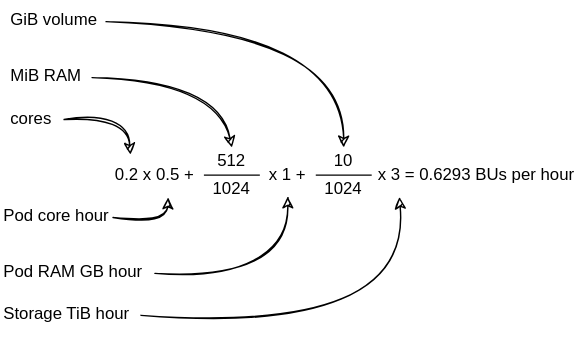
CSCfi/csc-user-guide keeps this draw.io diagram as docs/cloud/rahti4/img/BU-calculation.drawio.svg. Above is the earlier version. Source tidied: cells renumbered, new cells last; positions are measured from the earlier drawing's top-left corner, leaving out a move shared by most shapes. Source of this version:
```xml
<mxGraphModel>
  <root>
    <mxCell id="0" />
    <mxCell id="1" parent="0" />
    <mxCell id="2" value="&amp;nbsp;x 1 +" style="text;html=1;strokeColor=none;fillColor=none;align=center;verticalAlign=middle;whiteSpace=wrap;rounded=0;" parent="1" vertex="1">
      <mxGeometry x="185" y="110" width="40" height="30" as="geometry" />
    </mxCell>
    <mxCell id="3" value="cores" style="text;html=1;strokeColor=none;fillColor=none;align=left;verticalAlign=middle;whiteSpace=wrap;rounded=0;" parent="1" vertex="1">
      <mxGeometry x="5" y="70" width="40" height="30" as="geometry" />
    </mxCell>
    <mxCell id="4" style="curved=1;endArrow=classic;html=1;exitX=1;exitY=0.5;exitDx=0;exitDy=0;sketch=1;entryX=0.25;entryY=0;entryDx=0;entryDy=0;" parent="1" edge="1" source="3" target="7">
      <mxGeometry relative="1" as="geometry">
        <Array as="points">
          <mxPoint x="90" y="80" />
        </Array>
      </mxGeometry>
    </mxCell>
    <mxCell id="5" value="&lt;meta charset=&quot;utf-8&quot;&gt;Pod core hour" style="text;whiteSpace=wrap;html=1;" parent="1" vertex="1">
      <mxGeometry y="140" width="80" height="30" as="geometry" />
    </mxCell>
    <mxCell id="6" style="curved=1;endArrow=classic;html=1;sketch=1;exitX=1;exitY=0.5;exitDx=0;exitDy=0;entryX=0.635;entryY=1.024;entryDx=0;entryDy=0;entryPerimeter=0;" parent="1" edge="1" source="5" target="7">
      <mxGeometry relative="1" as="geometry">
        <Array as="points">
          <mxPoint x="119" y="160" />
        </Array>
      </mxGeometry>
    </mxCell>
    <mxCell id="7" value="0.2 x 0.5 +" style="text;html=1;strokeColor=none;fillColor=none;align=center;verticalAlign=middle;whiteSpace=wrap;rounded=0;" parent="1" vertex="1">
      <mxGeometry x="75" y="110" width="70" height="30" as="geometry" />
    </mxCell>
    <mxCell id="8" value="&lt;meta charset=&quot;utf-8&quot;&gt;Pod RAM GB hour" style="text;whiteSpace=wrap;html=1;" parent="1" vertex="1">
      <mxGeometry y="180" width="110" height="30" as="geometry" />
    </mxCell>
    <mxCell id="9" value="&lt;meta charset=&quot;utf-8&quot;&gt;Storage TiB hour" style="text;whiteSpace=wrap;html=1;" parent="1" vertex="1">
      <mxGeometry y="210" width="100" height="30" as="geometry" />
    </mxCell>
    <mxCell id="10" value="&lt;meta charset=&quot;utf-8&quot;&gt;MiB RAM" style="text;whiteSpace=wrap;html=1;" parent="1" vertex="1">
      <mxGeometry x="5" y="40" width="60" height="30" as="geometry" />
    </mxCell>
    <mxCell id="11" style="endArrow=none;html=1;sketch=0;" parent="1" edge="1">
      <mxGeometry relative="1" as="geometry">
        <mxPoint x="185" y="124.7" as="sourcePoint" />
        <mxPoint x="145" y="124.7" as="targetPoint" />
      </mxGeometry>
    </mxCell>
    <mxCell id="12" value="x 3 = 0.6293 BUs per hour" style="text;html=1;strokeColor=none;fillColor=none;align=center;verticalAlign=middle;whiteSpace=wrap;rounded=0;" parent="1" vertex="1">
      <mxGeometry x="265" y="110" width="150" height="30" as="geometry" />
    </mxCell>
    <mxCell id="13" value="10" style="text;html=1;strokeColor=none;fillColor=none;align=center;verticalAlign=middle;whiteSpace=wrap;rounded=0;" parent="1" vertex="1">
      <mxGeometry x="215" y="105" width="60" height="20" as="geometry" />
    </mxCell>
    <mxCell id="14" value="1024" style="text;html=1;strokeColor=none;fillColor=none;align=center;verticalAlign=middle;whiteSpace=wrap;rounded=0;" parent="1" vertex="1">
      <mxGeometry x="215" y="125" width="60" height="20" as="geometry" />
    </mxCell>
    <mxCell id="15" style="endArrow=none;html=1;sketch=0;" parent="1" edge="1">
      <mxGeometry relative="1" as="geometry">
        <mxPoint x="265" y="124.7" as="sourcePoint" />
        <mxPoint x="225" y="124.7" as="targetPoint" />
      </mxGeometry>
    </mxCell>
    <mxCell id="16" value="1024" style="text;html=1;strokeColor=none;fillColor=none;align=center;verticalAlign=middle;whiteSpace=wrap;rounded=0;" parent="1" vertex="1">
      <mxGeometry x="135" y="125" width="60" height="20" as="geometry" />
    </mxCell>
    <mxCell id="17" value="512" style="text;html=1;strokeColor=none;fillColor=none;align=center;verticalAlign=middle;whiteSpace=wrap;rounded=0;" parent="1" vertex="1">
      <mxGeometry x="135" y="105" width="60" height="20" as="geometry" />
    </mxCell>
    <mxCell id="18" style="curved=1;endArrow=classic;html=1;sketch=1;entryX=0.5;entryY=1;entryDx=0;entryDy=0;exitX=1;exitY=0.5;exitDx=0;exitDy=0;" parent="1" edge="1" source="8" target="2">
      <mxGeometry relative="1" as="geometry">
        <Array as="points">
          <mxPoint x="205" y="200" />
        </Array>
      </mxGeometry>
    </mxCell>
    <mxCell id="19" style="curved=1;endArrow=classic;html=1;sketch=1;entryX=0.131;entryY=1.02;entryDx=0;entryDy=0;entryPerimeter=0;exitX=1;exitY=0.5;exitDx=0;exitDy=0;" parent="1" edge="1" source="9" target="12">
      <mxGeometry relative="1" as="geometry">
        <Array as="points">
          <mxPoint x="295" y="240" />
        </Array>
      </mxGeometry>
    </mxCell>
    <mxCell id="20" value="GiB volume" style="text;whiteSpace=wrap;html=1;" parent="1" vertex="1">
      <mxGeometry x="5" width="70" height="30" as="geometry" />
    </mxCell>
    <mxCell id="21" style="curved=1;endArrow=classic;html=1;sketch=1;entryX=0.5;entryY=0;entryDx=0;entryDy=0;exitX=1;exitY=0.5;exitDx=0;exitDy=0;" parent="1" edge="1" source="20" target="13">
      <mxGeometry relative="1" as="geometry">
        <Array as="points">
          <mxPoint x="245" y="20" />
        </Array>
      </mxGeometry>
    </mxCell>
    <mxCell id="22" style="curved=1;endArrow=classic;html=1;sketch=1;entryX=0.5;entryY=0;entryDx=0;entryDy=0;exitX=1;exitY=0.5;exitDx=0;exitDy=0;" parent="1" edge="1" source="10" target="17">
      <mxGeometry relative="1" as="geometry">
        <Array as="points">
          <mxPoint x="155" y="55" />
        </Array>
      </mxGeometry>
    </mxCell>
  </root>
</mxGraphModel>
```
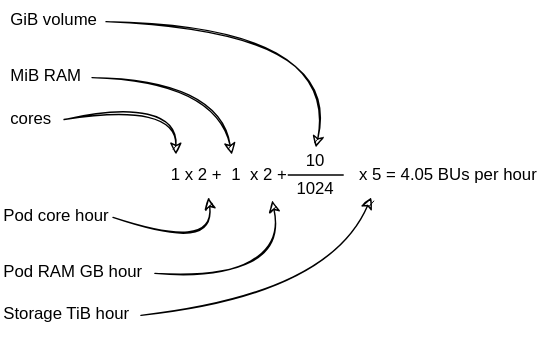
After the change.

Commit message:
Apply new billing plans

The edit, as a diff of the source:
```diff
@@ -2,8 +2,8 @@
   <root>
     <mxCell id="0" />
     <mxCell id="1" parent="0" />
-    <mxCell id="2" value="&amp;nbsp;x 1 +" style="text;html=1;strokeColor=none;fillColor=none;align=center;verticalAlign=middle;whiteSpace=wrap;rounded=0;" parent="1" vertex="1">
-      <mxGeometry x="185" y="110" width="40" height="30" as="geometry" />
+    <mxCell id="2" value="1&amp;nbsp; x 2 +" style="text;html=1;strokeColor=none;fillColor=none;align=center;verticalAlign=middle;whiteSpace=wrap;rounded=0;" parent="1" vertex="1">
+      <mxGeometry x="145" y="110" width="80" height="30" as="geometry" />
     </mxCell>
     <mxCell id="3" value="cores" style="text;html=1;strokeColor=none;fillColor=none;align=left;verticalAlign=middle;whiteSpace=wrap;rounded=0;" parent="1" vertex="1">
       <mxGeometry x="5" y="70" width="40" height="30" as="geometry" />
@@ -11,7 +11,7 @@
     <mxCell id="4" style="curved=1;endArrow=classic;html=1;exitX=1;exitY=0.5;exitDx=0;exitDy=0;sketch=1;entryX=0.25;entryY=0;entryDx=0;entryDy=0;" parent="1" edge="1" source="3" target="7">
       <mxGeometry relative="1" as="geometry">
         <Array as="points">
-          <mxPoint x="90" y="80" />
+          <mxPoint x="125" y="70" />
         </Array>
       </mxGeometry>
     </mxCell>
@@ -21,12 +21,12 @@
     <mxCell id="6" style="curved=1;endArrow=classic;html=1;sketch=1;exitX=1;exitY=0.5;exitDx=0;exitDy=0;entryX=0.635;entryY=1.024;entryDx=0;entryDy=0;entryPerimeter=0;" parent="1" edge="1" source="5" target="7">
       <mxGeometry relative="1" as="geometry">
         <Array as="points">
-          <mxPoint x="119" y="160" />
+          <mxPoint x="155" y="180" />
         </Array>
       </mxGeometry>
     </mxCell>
-    <mxCell id="7" value="0.2 x 0.5 +" style="text;html=1;strokeColor=none;fillColor=none;align=center;verticalAlign=middle;whiteSpace=wrap;rounded=0;" parent="1" vertex="1">
-      <mxGeometry x="75" y="110" width="70" height="30" as="geometry" />
+    <mxCell id="7" value="1 x 2 +" style="text;html=1;strokeColor=none;fillColor=none;align=center;verticalAlign=middle;whiteSpace=wrap;rounded=0;" parent="1" vertex="1">
+      <mxGeometry x="110" y="110" width="60" height="30" as="geometry" />
     </mxCell>
     <mxCell id="8" value="&lt;meta charset=&quot;utf-8&quot;&gt;Pod RAM GB hour" style="text;whiteSpace=wrap;html=1;" parent="1" vertex="1">
       <mxGeometry y="180" width="110" height="30" as="geometry" />
@@ -37,34 +37,22 @@
     <mxCell id="10" value="&lt;meta charset=&quot;utf-8&quot;&gt;MiB RAM" style="text;whiteSpace=wrap;html=1;" parent="1" vertex="1">
       <mxGeometry x="5" y="40" width="60" height="30" as="geometry" />
     </mxCell>
-    <mxCell id="11" style="endArrow=none;html=1;sketch=0;" parent="1" edge="1">
-      <mxGeometry relative="1" as="geometry">
-        <mxPoint x="185" y="124.7" as="sourcePoint" />
-        <mxPoint x="145" y="124.7" as="targetPoint" />
-      </mxGeometry>
-    </mxCell>
-    <mxCell id="12" value="x 3 = 0.6293 BUs per hour" style="text;html=1;strokeColor=none;fillColor=none;align=center;verticalAlign=middle;whiteSpace=wrap;rounded=0;" parent="1" vertex="1">
-      <mxGeometry x="265" y="110" width="150" height="30" as="geometry" />
+    <mxCell id="12" value="x 5 = 4.05 BUs per hour" style="text;html=1;strokeColor=none;fillColor=none;align=center;verticalAlign=middle;whiteSpace=wrap;rounded=0;" parent="1" vertex="1">
+      <mxGeometry x="245" y="110" width="150" height="30" as="geometry" />
     </mxCell>
     <mxCell id="13" value="10" style="text;html=1;strokeColor=none;fillColor=none;align=center;verticalAlign=middle;whiteSpace=wrap;rounded=0;" parent="1" vertex="1">
-      <mxGeometry x="215" y="105" width="60" height="20" as="geometry" />
+      <mxGeometry x="195" y="105" width="60" height="20" as="geometry" />
     </mxCell>
     <mxCell id="14" value="1024" style="text;html=1;strokeColor=none;fillColor=none;align=center;verticalAlign=middle;whiteSpace=wrap;rounded=0;" parent="1" vertex="1">
-      <mxGeometry x="215" y="125" width="60" height="20" as="geometry" />
+      <mxGeometry x="195" y="125" width="60" height="20" as="geometry" />
     </mxCell>
     <mxCell id="15" style="endArrow=none;html=1;sketch=0;" parent="1" edge="1">
       <mxGeometry relative="1" as="geometry">
-        <mxPoint x="265" y="124.7" as="sourcePoint" />
-        <mxPoint x="225" y="124.7" as="targetPoint" />
+        <mxPoint x="245" y="124.6" as="sourcePoint" />
+        <mxPoint x="205" y="124.6" as="targetPoint" />
       </mxGeometry>
     </mxCell>
-    <mxCell id="16" value="1024" style="text;html=1;strokeColor=none;fillColor=none;align=center;verticalAlign=middle;whiteSpace=wrap;rounded=0;" parent="1" vertex="1">
-      <mxGeometry x="135" y="125" width="60" height="20" as="geometry" />
-    </mxCell>
-    <mxCell id="17" value="512" style="text;html=1;strokeColor=none;fillColor=none;align=center;verticalAlign=middle;whiteSpace=wrap;rounded=0;" parent="1" vertex="1">
-      <mxGeometry x="135" y="105" width="60" height="20" as="geometry" />
-    </mxCell>
-    <mxCell id="18" style="curved=1;endArrow=classic;html=1;sketch=1;entryX=0.5;entryY=1;entryDx=0;entryDy=0;exitX=1;exitY=0.5;exitDx=0;exitDy=0;" parent="1" edge="1" source="8" target="2">
+    <mxCell id="18" style="curved=1;endArrow=classic;html=1;sketch=1;entryX=0.611;entryY=1.096;entryDx=0;entryDy=0;exitX=1;exitY=0.5;exitDx=0;exitDy=0;entryPerimeter=0;" parent="1" edge="1" source="8" target="2">
       <mxGeometry relative="1" as="geometry">
         <Array as="points">
           <mxPoint x="205" y="200" />
@@ -74,7 +62,7 @@
     <mxCell id="19" style="curved=1;endArrow=classic;html=1;sketch=1;entryX=0.131;entryY=1.02;entryDx=0;entryDy=0;entryPerimeter=0;exitX=1;exitY=0.5;exitDx=0;exitDy=0;" parent="1" edge="1" source="9" target="12">
       <mxGeometry relative="1" as="geometry">
         <Array as="points">
-          <mxPoint x="295" y="240" />
+          <mxPoint x="235" y="210" />
         </Array>
       </mxGeometry>
     </mxCell>
@@ -88,7 +76,7 @@
         </Array>
       </mxGeometry>
     </mxCell>
-    <mxCell id="22" style="curved=1;endArrow=classic;html=1;sketch=1;entryX=0.5;entryY=0;entryDx=0;entryDy=0;exitX=1;exitY=0.5;exitDx=0;exitDy=0;" parent="1" edge="1" source="10" target="17">
+    <mxCell id="22" style="curved=1;endArrow=classic;html=1;sketch=1;entryX=0.25;entryY=0;entryDx=0;entryDy=0;exitX=1;exitY=0.5;exitDx=0;exitDy=0;" parent="1" edge="1" source="10" target="2">
       <mxGeometry relative="1" as="geometry">
         <Array as="points">
           <mxPoint x="155" y="55" />
```
